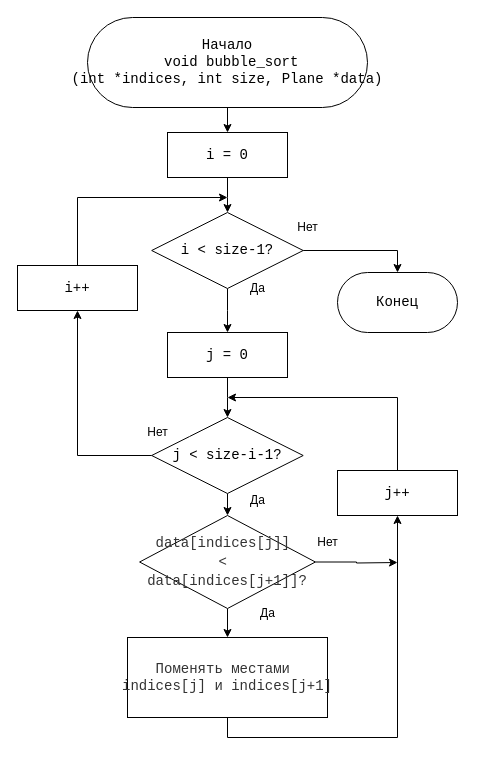
Above: Курсовая/Reports/bubble_sort.drawio in ZeroD1vision/Programming (draw.io), before the change. Source tidied: cells renumbered, new cells numbered last; positions are measured from the earlier drawing's top-left corner, leaving out a move shared by most shapes. Both pictures are drawn from the tidied source at 100%, with x=0, y=0 at pixel (17, 17).
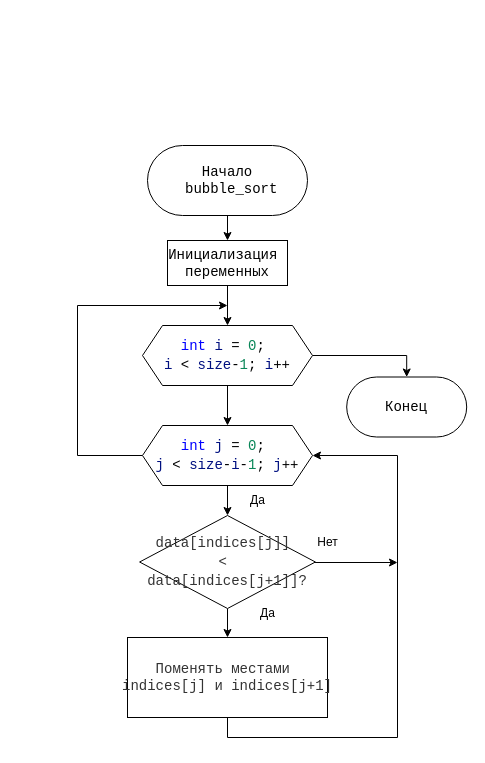
Above is the later version.

The change refers to these unchanged cells:
```xml
<mxCell id="19" value="&lt;div style=&quot;line-height: 19px; white-space: pre;&quot;&gt;&lt;div style=&quot;line-height: 19px;&quot;&gt;&lt;div style=&quot;line-height: 19px;&quot;&gt;&lt;div style=&quot;line-height: 19px;&quot;&gt;&lt;span style=&quot;color: rgb(51, 51, 51); white-space-collapse: collapse;&quot;&gt;&lt;font face=&quot;Consolas, Monaco, Andale Mono, Ubuntu Mono, monospace&quot;&gt;data[indices[j]]&amp;nbsp;&lt;/font&gt;&lt;/span&gt;&lt;/div&gt;&lt;div style=&quot;line-height: 19px;&quot;&gt;&lt;span style=&quot;color: rgb(51, 51, 51); white-space-collapse: collapse;&quot;&gt;&lt;font face=&quot;Consolas, Monaco, Andale Mono, Ubuntu Mono, monospace&quot;&gt;&amp;lt;&amp;nbsp;&lt;/font&gt;&lt;/span&gt;&lt;/div&gt;&lt;div style=&quot;line-height: 19px;&quot;&gt;&lt;span style=&quot;color: rgb(51, 51, 51); white-space-collapse: collapse;&quot;&gt;&lt;font face=&quot;Consolas, Monaco, Andale Mono, Ubuntu Mono, monospace&quot;&gt;data[indices[j+1]]?&lt;/font&gt;&lt;/span&gt;&lt;/div&gt;&lt;/div&gt;&lt;/div&gt;&lt;/div&gt;" style="rhombus;whiteSpace=wrap;html=1;rounded=1;strokeColor=default;align=center;verticalAlign=middle;arcSize=0;fontFamily=Consolas;fontSize=14;fontColor=default;fillColor=default;" parent="1" vertex="1">
  <mxGeometry x="122.1" y="498" width="175.8" height="93" as="geometry" />
</mxCell>
<mxCell id="21" value="&lt;span style=&quot;color: rgb(51, 51, 51); text-wrap-mode: nowrap;&quot;&gt;&lt;font face=&quot;Consolas, Monaco, Andale Mono, Ubuntu Mono, monospace&quot;&gt;Поменять местами&amp;nbsp;&lt;/font&gt;&lt;/span&gt;&lt;div&gt;&lt;span style=&quot;color: rgb(51, 51, 51); text-wrap-mode: nowrap;&quot;&gt;&lt;font face=&quot;Consolas, Monaco, Andale Mono, Ubuntu Mono, monospace&quot;&gt;indices[j] и indices[j+1]&lt;/font&gt;&lt;/span&gt;&lt;/div&gt;" style="whiteSpace=wrap;html=1;fontSize=14;fontFamily=Consolas;rounded=1;arcSize=0;" parent="1" vertex="1">
  <mxGeometry x="110" y="620" width="200" height="80" as="geometry" />
</mxCell>
```

The edit, as a diff of the source:
```diff
@@
-    <mxCell id="3" value="&lt;font style=&quot;background-color: light-dark(#ffffff, var(--ge-dark-color, #121212));&quot;&gt;Начало&lt;/font&gt;&lt;div&gt;&lt;span&gt;&lt;font&gt;&amp;nbsp;&lt;/font&gt;&lt;/span&gt;&lt;span&gt;&lt;font style=&quot;color: rgb(0, 0, 0);&quot;&gt;&lt;span style=&quot;font-family: Consolas, &amp;quot;Courier New&amp;quot;, monospace; white-space: pre;&quot;&gt;void&lt;/span&gt;&lt;span style=&quot;font-family: Consolas, &amp;quot;Courier New&amp;quot;, monospace; white-space: pre;&quot;&gt; &lt;/span&gt;&lt;span style=&quot;font-family: Consolas, &amp;quot;Courier New&amp;quot;, monospace; white-space: pre;&quot;&gt;bubble_sort&lt;/span&gt;&lt;/font&gt;&lt;/span&gt;&lt;/div&gt;&lt;div&gt;&lt;span&gt;&lt;font style=&quot;color: rgb(0, 0, 0);&quot;&gt;&lt;span style=&quot;font-family: Consolas, &amp;quot;Courier New&amp;quot;, monospace; white-space: pre;&quot;&gt;(&lt;/span&gt;&lt;span style=&quot;font-family: Consolas, &amp;quot;Courier New&amp;quot;, monospace; white-space: pre;&quot;&gt;int&lt;/span&gt;&lt;span style=&quot;font-family: Consolas, &amp;quot;Courier New&amp;quot;, monospace; white-space: pre;&quot;&gt; &lt;/span&gt;&lt;span style=&quot;font-family: Consolas, &amp;quot;Courier New&amp;quot;, monospace; white-space: pre;&quot;&gt;*&lt;/span&gt;&lt;span style=&quot;font-family: Consolas, &amp;quot;Courier New&amp;quot;, monospace; white-space: pre;&quot;&gt;indices&lt;/span&gt;&lt;span style=&quot;font-family: Consolas, &amp;quot;Courier New&amp;quot;, monospace; white-space: pre;&quot;&gt;, &lt;/span&gt;&lt;span style=&quot;font-family: Consolas, &amp;quot;Courier New&amp;quot;, monospace; white-space: pre;&quot;&gt;int&lt;/span&gt;&lt;span style=&quot;font-family: Consolas, &amp;quot;Courier New&amp;quot;, monospace; white-space: pre;&quot;&gt; &lt;/span&gt;&lt;span style=&quot;font-family: Consolas, &amp;quot;Courier New&amp;quot;, monospace; white-space: pre;&quot;&gt;size&lt;/span&gt;&lt;span style=&quot;font-family: Consolas, &amp;quot;Courier New&amp;quot;, monospace; white-space: pre;&quot;&gt;, &lt;/span&gt;&lt;span style=&quot;font-family: Consolas, &amp;quot;Courier New&amp;quot;, monospace; white-space: pre;&quot;&gt;Plane&lt;/span&gt;&lt;span style=&quot;font-family: Consolas, &amp;quot;Courier New&amp;quot;, monospace; white-space: pre;&quot;&gt; &lt;/span&gt;&lt;span style=&quot;font-family: Consolas, &amp;quot;Courier New&amp;quot;, monospace; white-space: pre;&quot;&gt;*&lt;/span&gt;&lt;span style=&quot;font-family: Consolas, &amp;quot;Courier New&amp;quot;, monospace; white-space: pre;&quot;&gt;data&lt;/span&gt;&lt;span style=&quot;font-family: Consolas, &amp;quot;Courier New&amp;quot;, monospace; white-space: pre;&quot;&gt;)&lt;/span&gt;&lt;/font&gt;&lt;/span&gt;&lt;/div&gt;" style="rounded=1;whiteSpace=wrap;html=1;arcSize=50;fontFamily=Consolas;fontSize=14;" parent="1" vertex="1">
-      <mxGeometry x="70" width="280" height="90" as="geometry" />
+    <mxCell id="3" value="&lt;font style=&quot;background-color: light-dark(#ffffff, var(--ge-dark-color, #121212));&quot;&gt;Начало&lt;/font&gt;&lt;div&gt;&lt;span&gt;&lt;font&gt;&amp;nbsp;&lt;/font&gt;&lt;/span&gt;&lt;span&gt;&lt;font style=&quot;color: rgb(0, 0, 0);&quot;&gt;&lt;span style=&quot;font-family: Consolas, &amp;quot;Courier New&amp;quot;, monospace; white-space: pre;&quot;&gt;bubble_sort&lt;/span&gt;&lt;/font&gt;&lt;/span&gt;&lt;/div&gt;" style="rounded=1;whiteSpace=wrap;html=1;arcSize=50;fontFamily=Consolas;fontSize=14;" parent="1" vertex="1">
+      <mxGeometry x="130" y="128" width="160" height="70" as="geometry" />
     </mxCell>
-    <mxCell id="4" style="edgeStyle=orthogonalEdgeStyle;rounded=0;jettySize=auto;html=1;" parent="1" edge="1" source="5" target="8">
+    <mxCell id="4" style="edgeStyle=orthogonalEdgeStyle;rounded=0;jettySize=auto;html=1;" parent="1" edge="1" source="5" target="31">
       <mxGeometry relative="1" as="geometry" />
     </mxCell>
-    <mxCell id="5" value="i = 0" style="whiteSpace=wrap;html=1;fontSize=14;fontFamily=Consolas;rounded=1;arcSize=0;" parent="1" vertex="1">
-      <mxGeometry x="150" y="115" width="120" height="45" as="geometry" />
+    <mxCell id="5" value="&lt;div style=&quot;font-family: Consolas, &amp;quot;Courier New&amp;quot;, monospace; white-space: pre;&quot;&gt;Инициализация &lt;/div&gt;&lt;div style=&quot;font-family: Consolas, &amp;quot;Courier New&amp;quot;, monospace; white-space: pre;&quot;&gt;переменных&lt;/div&gt;" style="whiteSpace=wrap;html=1;fontSize=14;fontFamily=Consolas;rounded=1;arcSize=0;" parent="1" vertex="1">
+      <mxGeometry x="150" y="223" width="120" height="45" as="geometry" />
     </mxCell>
-    <mxCell id="6" style="edgeStyle=orthogonalEdgeStyle;rounded=0;jettySize=auto;html=1;" parent="1" edge="1" source="8" target="10">
-      <mxGeometry relative="1" as="geometry" />
-    </mxCell>
-    <mxCell id="7" style="edgeStyle=orthogonalEdgeStyle;rounded=0;jettySize=auto;html=1;entryX=0.5;entryY=0;entryDx=0;entryDy=0;" parent="1" edge="1" source="8" target="14">
+    <mxCell id="7" style="edgeStyle=orthogonalEdgeStyle;rounded=0;jettySize=auto;html=1;entryX=0.5;entryY=0;entryDx=0;entryDy=0;" parent="1" edge="1" source="31" target="14">
       <mxGeometry relative="1" as="geometry" />
     </mxCell>
-    <mxCell id="8" value="&lt;div style=&quot;font-family: Consolas, &amp;quot;Courier New&amp;quot;, monospace; line-height: 19px; white-space: pre;&quot;&gt;&lt;div style=&quot;line-height: 19px;&quot;&gt;&lt;div style=&quot;line-height: 19px;&quot;&gt;&lt;div style=&quot;line-height: 19px;&quot;&gt;&lt;span&gt;&lt;font style=&quot;color: rgb(0, 0, 0);&quot;&gt;i &amp;lt; size-1?&lt;/font&gt;&lt;/span&gt;&lt;/div&gt;&lt;/div&gt;&lt;/div&gt;&lt;/div&gt;" style="rhombus;whiteSpace=wrap;html=1;rounded=1;strokeColor=default;align=center;verticalAlign=middle;arcSize=0;fontFamily=Consolas;fontSize=14;fontColor=default;fillColor=default;" parent="1" vertex="1">
-      <mxGeometry x="134.2" y="195" width="151.5" height="76" as="geometry" />
-    </mxCell>
-    <mxCell id="9" style="edgeStyle=orthogonalEdgeStyle;rounded=0;jettySize=auto;html=1;" parent="1" edge="1" source="10" target="13">
-      <mxGeometry relative="1" as="geometry" />
-    </mxCell>
-    <mxCell id="10" value="j = 0" style="whiteSpace=wrap;html=1;fontSize=14;fontFamily=Consolas;rounded=1;arcSize=0;" parent="1" vertex="1">
-      <mxGeometry x="150" y="315" width="120" height="45" as="geometry" />
-    </mxCell>
-    <mxCell id="11" style="edgeStyle=orthogonalEdgeStyle;rounded=0;jettySize=auto;html=1;exitX=0.5;exitY=0;exitDx=0;exitDy=0;" parent="1" edge="1" source="16">
-      <mxGeometry relative="1" as="geometry">
-        <mxPoint x="210" y="180" as="targetPoint" />
-        <Array as="points">
-          <mxPoint x="60" y="180" />
-        </Array>
-      </mxGeometry>
-    </mxCell>
-    <mxCell id="12" style="edgeStyle=orthogonalEdgeStyle;rounded=0;jettySize=auto;html=1;" parent="1" edge="1" source="13" target="19">
-      <mxGeometry relative="1" as="geometry" />
-    </mxCell>
-    <mxCell id="13" value="&lt;div style=&quot;font-family: Consolas, &amp;quot;Courier New&amp;quot;, monospace; line-height: 19px; white-space: pre;&quot;&gt;&lt;div style=&quot;line-height: 19px;&quot;&gt;&lt;div style=&quot;line-height: 19px;&quot;&gt;&lt;div style=&quot;line-height: 19px;&quot;&gt;&lt;span&gt;&lt;font style=&quot;color: rgb(0, 0, 0);&quot;&gt;j &amp;lt; size-i-1?&lt;/font&gt;&lt;/span&gt;&lt;/div&gt;&lt;/div&gt;&lt;/div&gt;&lt;/div&gt;" style="rhombus;whiteSpace=wrap;html=1;rounded=1;strokeColor=default;align=center;verticalAlign=middle;arcSize=0;fontFamily=Consolas;fontSize=14;fontColor=default;fillColor=default;" parent="1" vertex="1">
-      <mxGeometry x="134.2" y="400" width="151.5" height="76" as="geometry" />
-    </mxCell>
     <mxCell id="14" value="Конец" style="whiteSpace=wrap;html=1;fontSize=14;fontFamily=Consolas;rounded=1;arcSize=50;" parent="1" vertex="1">
-      <mxGeometry x="320" y="255" width="120" height="60" as="geometry" />
+      <mxGeometry x="329.2" y="359.5" width="120" height="60" as="geometry" />
     </mxCell>
-    <mxCell id="15" style="edgeStyle=orthogonalEdgeStyle;rounded=0;jettySize=auto;html=1;entryX=0.5;entryY=1;entryDx=0;entryDy=0;" parent="1" edge="1" source="13" target="16">
+    <mxCell id="15" style="edgeStyle=orthogonalEdgeStyle;rounded=0;jettySize=auto;html=1;" parent="1" edge="1" source="33">
       <mxGeometry relative="1" as="geometry">
+        <mxPoint x="210" y="288" as="targetPoint" />
         <Array as="points">
           <mxPoint x="60" y="438" />
+          <mxPoint x="60" y="288" />
         </Array>
       </mxGeometry>
     </mxCell>
-    <mxCell id="16" value="i++" style="whiteSpace=wrap;html=1;fontSize=14;fontFamily=Consolas;rounded=1;arcSize=0;" parent="1" vertex="1">
-      <mxGeometry y="248" width="120" height="45" as="geometry" />
-    </mxCell>
@@
     <mxCell id="18" style="edgeStyle=orthogonalEdgeStyle;rounded=0;jettySize=auto;html=1;" parent="1" edge="1" source="19">
       <mxGeometry relative="1" as="geometry">
         <mxPoint x="380" y="545" as="targetPoint" />
+        <Array as="points">
+          <mxPoint x="230" y="545" />
+          <mxPoint x="230" y="545" />
+        </Array>
       </mxGeometry>
     </mxCell>
@@
-    <mxCell id="20" style="edgeStyle=orthogonalEdgeStyle;rounded=0;jettySize=auto;html=1;" parent="1" edge="1" source="23">
-      <mxGeometry relative="1" as="geometry">
-        <mxPoint x="210" y="380" as="targetPoint" />
-        <Array as="points">
-          <mxPoint x="380" y="380" />
-        </Array>
-      </mxGeometry>
-    </mxCell>
@@
-    <mxCell id="22" style="edgeStyle=orthogonalEdgeStyle;rounded=0;jettySize=auto;html=1;" parent="1" edge="1" source="21" target="23">
+    <mxCell id="22" style="edgeStyle=orthogonalEdgeStyle;rounded=0;jettySize=auto;html=1;entryX=1;entryY=0.5;entryDx=0;entryDy=0;" parent="1" edge="1" source="21" target="33">
       <mxGeometry relative="1" as="geometry">
         <Array as="points">
           <mxPoint x="210" y="720" />
           <mxPoint x="380" y="720" />
+          <mxPoint x="380" y="438" />
         </Array>
       </mxGeometry>
     </mxCell>
-    <mxCell id="23" value="j++" style="whiteSpace=wrap;html=1;fontSize=14;fontFamily=Consolas;rounded=1;arcSize=0;" parent="1" vertex="1">
-      <mxGeometry x="320" y="453" width="120" height="45" as="geometry" />
-    </mxCell>
-    <mxCell id="24" value="Нет" style="text;html=1;align=center;verticalAlign=middle;strokeColor=none;fillColor=none;" parent="1" vertex="1">
-      <mxGeometry x="270" y="195" width="40" height="30" as="geometry" />
-    </mxCell>
-    <mxCell id="25" value="Да" style="text;html=1;align=center;verticalAlign=middle;strokeColor=none;fillColor=none;" parent="1" vertex="1">
-      <mxGeometry x="220" y="255.5" width="40" height="30" as="geometry" />
-    </mxCell>
-    <mxCell id="26" value="Нет" style="text;html=1;align=center;verticalAlign=middle;strokeColor=none;fillColor=none;" parent="1" vertex="1">
-      <mxGeometry x="120" y="400" width="40" height="30" as="geometry" />
-    </mxCell>
@@
+    <mxCell id="30" style="edgeStyle=orthogonalEdgeStyle;rounded=0;jettySize=auto;html=1;" parent="1" edge="1" source="31" target="33">
+      <mxGeometry relative="1" as="geometry" />
+    </mxCell>
+    <mxCell id="31" value="&lt;div style=&quot;background-color: rgb(255, 255, 255); font-family: Consolas, &amp;quot;Courier New&amp;quot;, monospace; font-size: 14px; line-height: 19px; white-space: pre;&quot;&gt;&lt;span style=&quot;color: rgb(0, 0, 255);&quot;&gt;int&lt;/span&gt; &lt;span style=&quot;color: rgb(0, 16, 128);&quot;&gt;i&lt;/span&gt; = &lt;span style=&quot;color: rgb(9, 134, 88);&quot;&gt;0&lt;/span&gt;; &lt;/div&gt;&lt;div style=&quot;background-color: rgb(255, 255, 255); font-family: Consolas, &amp;quot;Courier New&amp;quot;, monospace; font-size: 14px; line-height: 19px; white-space: pre;&quot;&gt;&lt;span style=&quot;color: rgb(0, 16, 128);&quot;&gt;i&lt;/span&gt; &amp;lt; &lt;span style=&quot;color: rgb(0, 16, 128);&quot;&gt;size&lt;/span&gt;-&lt;span style=&quot;color: rgb(9, 134, 88);&quot;&gt;1&lt;/span&gt;; &lt;span style=&quot;color: rgb(0, 16, 128);&quot;&gt;i&lt;/span&gt;++&lt;/div&gt;" style="shape=hexagon;perimeter=hexagonPerimeter2;whiteSpace=wrap;html=1;fixedSize=1;" parent="1" vertex="1">
+      <mxGeometry x="125" y="308" width="170" height="60" as="geometry" />
+    </mxCell>
+    <mxCell id="32" style="edgeStyle=orthogonalEdgeStyle;rounded=0;jettySize=auto;html=1;" parent="1" edge="1" source="33" target="19">
+      <mxGeometry relative="1" as="geometry" />
+    </mxCell>
+    <mxCell id="33" value="&lt;div style=&quot;background-color: rgb(255, 255, 255); font-family: Consolas, &amp;quot;Courier New&amp;quot;, monospace; font-size: 14px; line-height: 19px; white-space: pre;&quot;&gt;&lt;div style=&quot;line-height: 19px;&quot;&gt;&lt;span style=&quot;color: #0000ff;&quot;&gt;int&lt;/span&gt; &lt;span style=&quot;color: #001080;&quot;&gt;j&lt;/span&gt; = &lt;span style=&quot;color: #098658;&quot;&gt;0&lt;/span&gt;; &lt;/div&gt;&lt;div style=&quot;line-height: 19px;&quot;&gt;&lt;span style=&quot;color: #001080;&quot;&gt;j&lt;/span&gt; &amp;lt; &lt;span style=&quot;color: #001080;&quot;&gt;size&lt;/span&gt;-&lt;span style=&quot;color: #001080;&quot;&gt;i&lt;/span&gt;-&lt;span style=&quot;color: #098658;&quot;&gt;1&lt;/span&gt;; &lt;span style=&quot;color: #001080;&quot;&gt;j&lt;/span&gt;++&lt;/div&gt;&lt;/div&gt;" style="shape=hexagon;perimeter=hexagonPerimeter2;whiteSpace=wrap;html=1;fixedSize=1;" parent="1" vertex="1">
+      <mxGeometry x="125" y="408" width="170" height="60" as="geometry" />
+    </mxCell>
```
